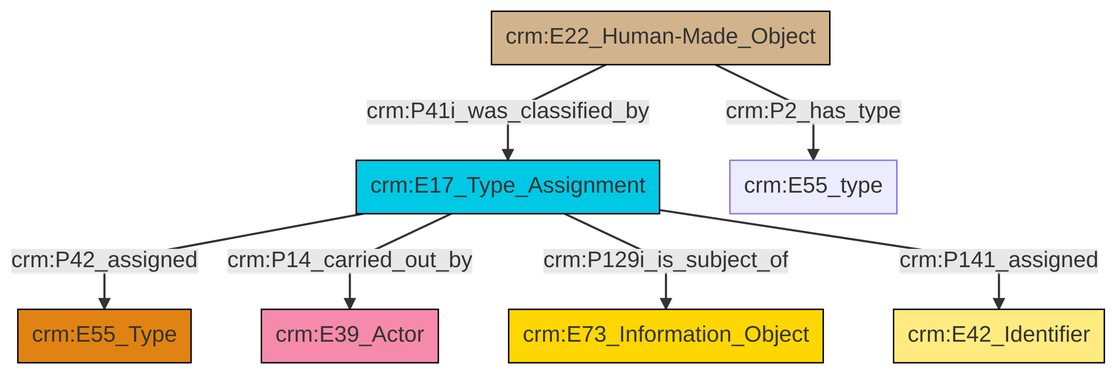
Before: et/builtWorkCSV/ttl/mmd/png/Built_Work_designation_status.png, a diagram exported from Mermaid (swiss-art-research-net/docs.swissartresearch). Its source is kept beside it as et/builtWorkCSV/ttl/mmd/Built_Work_designation_status.ttl.mmd.
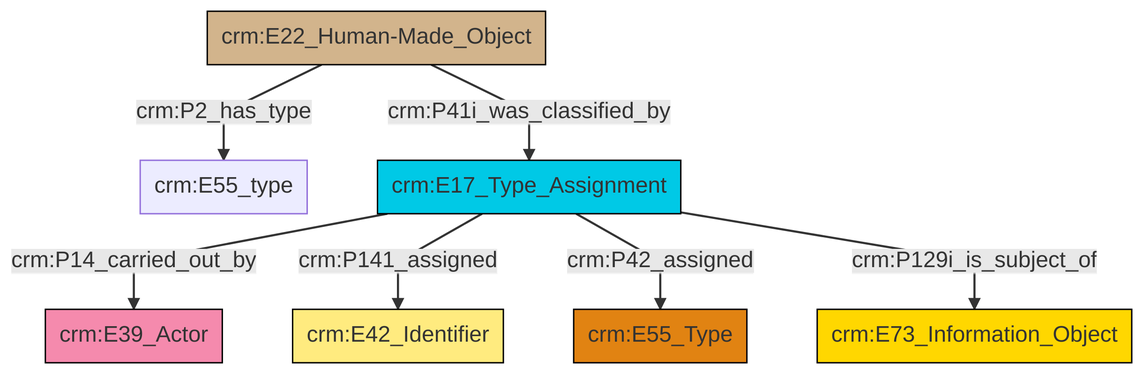
After the change.

What changed in the source:
```diff
@@ -13,9 +13,9 @@
 classDef PC_Classes fill:#4ce600, stroke:#000000;
 classDef Multi fill:#cccccc,stroke:#000000;
 
-0["crm:E17_Type_Assignment"]:::Temporal_Entity -->|crm:P42_assigned| 1["crm:E55_Type"]:::Type
-3["crm:E22_Human-Made_Object"]:::Physical_Thing -->|crm:P41i_was_classified_by| 0["crm:E17_Type_Assignment"]:::Temporal_Entity
-0["crm:E17_Type_Assignment"]:::Temporal_Entity -->|crm:P14_carried_out_by| 10["crm:E39_Actor"]:::Actor
-3["crm:E22_Human-Made_Object"]:::Physical_Thing -->|crm:P2_has_type| 13["crm:E55_type"]:::Default
-0["crm:E17_Type_Assignment"]:::Temporal_Entity -->|crm:P129i_is_subject_of| 4["crm:E73_Information_Object"]:::Conceptual_Object
-0["crm:E17_Type_Assignment"]:::Temporal_Entity -->|crm:P141_assigned| 8["crm:E42_Identifier"]:::Appellation
+0["crm:E22_Human-Made_Object"]:::Physical_Thing -->|crm:P2_has_type| 1["crm:E55_type"]:::Default
+0["crm:E22_Human-Made_Object"]:::Physical_Thing -->|crm:P41i_was_classified_by| 2["crm:E17_Type_Assignment"]:::Temporal_Entity
+2["crm:E17_Type_Assignment"]:::Temporal_Entity -->|crm:P14_carried_out_by| 3["crm:E39_Actor"]:::Actor
+2["crm:E17_Type_Assignment"]:::Temporal_Entity -->|crm:P141_assigned| 8["crm:E42_Identifier"]:::Appellation
+2["crm:E17_Type_Assignment"]:::Temporal_Entity -->|crm:P42_assigned| 6["crm:E55_Type"]:::Type
+2["crm:E17_Type_Assignment"]:::Temporal_Entity -->|crm:P129i_is_subject_of| 12["crm:E73_Information_Object"]:::Conceptual_Object
```
